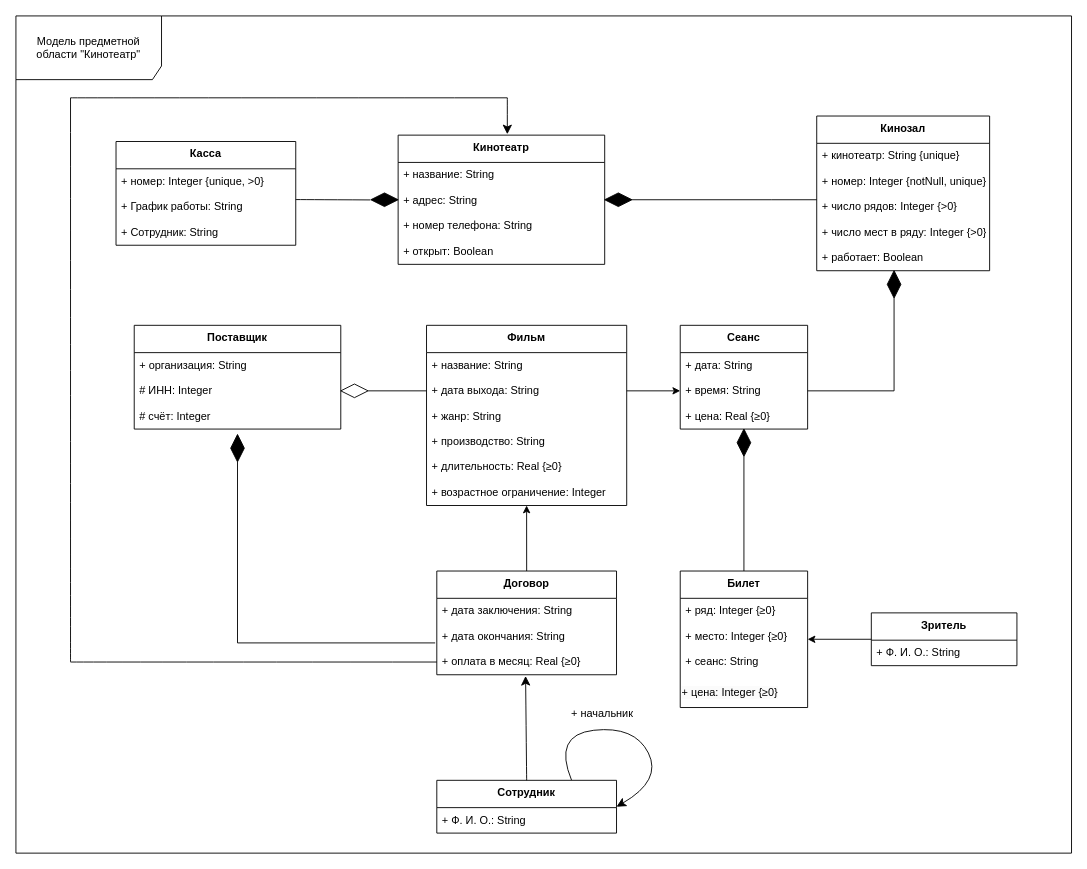
Above: page "МПО Кинотеатр" (2 of 3) of Диаграмма коммуникаций.drawio in ANDaniell/-design-practice (draw.io), before the change. Source tidied: cells renumbered, new cells numbered last; positions are measured from the earlier drawing's top-left corner, leaving out a move shared by most shapes. Both pictures are drawn from the tidied source at 91%, with x=0, y=0 at pixel (15, 15).
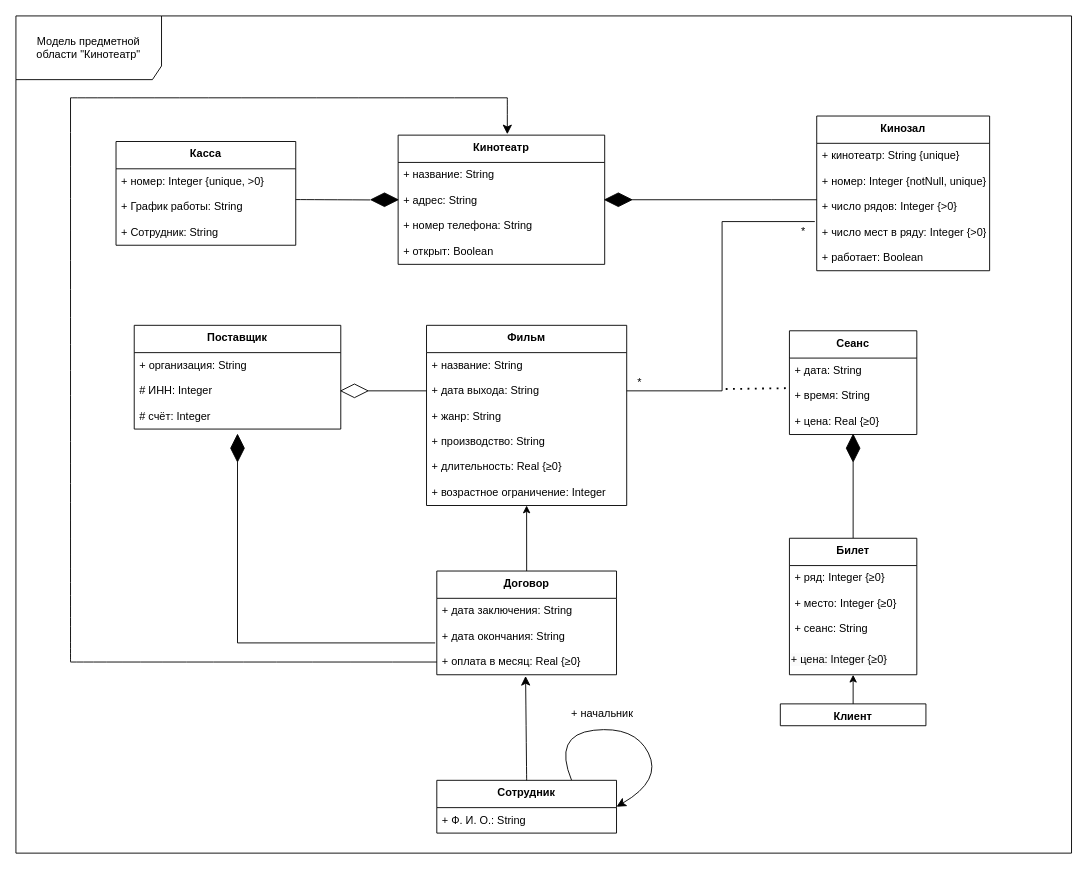
Above is the later version.

The change refers to these unchanged cells:
```xml
<mxCell id="11" value="+ число мест в ряду: Integer {&gt;0}" style="text;strokeColor=none;fillColor=none;align=left;verticalAlign=top;spacingLeft=4;spacingRight=4;overflow=hidden;points=[[0,0.5],[1,0.5]];portConstraint=eastwest;" parent="7" vertex="1">
  <mxGeometry y="114" width="190" height="28" as="geometry" />
</mxCell>
<mxCell id="15" value="+ дата выхода: String" style="text;strokeColor=none;fillColor=none;align=left;verticalAlign=top;spacingLeft=4;spacingRight=4;overflow=hidden;points=[[0,0.5],[1,0.5]];portConstraint=eastwest;" parent="13" vertex="1">
  <mxGeometry y="58" width="220" height="28" as="geometry" />
</mxCell>
<mxCell id="23" value="+ время: String" style="text;strokeColor=none;fillColor=none;align=left;verticalAlign=top;spacingLeft=4;spacingRight=4;overflow=hidden;points=[[0,0.5],[1,0.5]];portConstraint=eastwest;" parent="21" vertex="1">
  <mxGeometry y="58" width="140" height="28" as="geometry" />
</mxCell>
<mxCell id="29" value="&lt;span style=&quot;color: rgb(0, 0, 0); font-family: Helvetica; font-size: 12px; font-style: normal; font-variant-ligatures: normal; font-variant-caps: normal; font-weight: 400; letter-spacing: normal; orphans: 2; text-align: left; text-indent: 0px; text-transform: none; widows: 2; word-spacing: 0px; -webkit-text-stroke-width: 0px; white-space: nowrap; background-color: rgb(251, 251, 251); text-decoration-thickness: initial; text-decoration-style: initial; text-decoration-color: initial; display: inline !important; float: none;&quot;&gt;+ цена: Integer&amp;nbsp;{≥0}&lt;/span&gt;" style="text;whiteSpace=wrap;html=1;" parent="25" vertex="1">
  <mxGeometry y="120" width="140" height="30" as="geometry" />
</mxCell>
```

The edit, as a diff of the source:
```diff
@@
     <mxCell id="21" value="Сеанс" style="swimlane;fontStyle=1;align=center;verticalAlign=top;horizontal=1;startSize=30;" parent="1" vertex="1">
-      <mxGeometry x="730" y="340" width="140" height="114" as="geometry" />
+      <mxGeometry x="850" y="346" width="140" height="114" as="geometry" />
     </mxCell>
@@
     <mxCell id="25" value="Билет" style="swimlane;fontStyle=1;align=center;verticalAlign=top;horizontal=1;startSize=30;" parent="1" vertex="1">
-      <mxGeometry x="730" y="610" width="140" height="150" as="geometry" />
+      <mxGeometry x="850" y="574" width="140" height="150" as="geometry" />
     </mxCell>
@@
-    <mxCell id="30" value="Зритель" style="swimlane;fontStyle=1;align=center;verticalAlign=top;horizontal=1;startSize=30;" parent="1" vertex="1">
-      <mxGeometry x="940" y="656" width="160" height="58" as="geometry" />
+    <mxCell id="30" value="Клиент" style="swimlane;fontStyle=1;align=center;verticalAlign=top;horizontal=1;startSize=58;" parent="1" vertex="1">
+      <mxGeometry x="840" y="756" width="160" height="24" as="geometry" />
     </mxCell>
-    <mxCell id="31" value="+ Ф. И. О.: String" style="text;strokeColor=none;fillColor=none;align=left;verticalAlign=top;spacingLeft=4;spacingRight=4;overflow=hidden;" parent="30" vertex="1">
-      <mxGeometry y="30" width="160" height="28" as="geometry" />
-    </mxCell>
-    <mxCell id="32" style="edgeStyle=orthogonalEdgeStyle;rounded=0;jettySize=auto;html=1;exitX=1;exitY=0.5;exitDx=0;exitDy=0;entryX=1;entryY=0.5;entryDx=0;entryDy=0;endArrow=none;endFill=0;" parent="1" edge="1" source="23" target="46">
-      <mxGeometry relative="1" as="geometry" />
-    </mxCell>
-    <mxCell id="33" style="edgeStyle=orthogonalEdgeStyle;rounded=0;jettySize=auto;html=1;exitX=1;exitY=0.5;exitDx=0;exitDy=0;entryX=0;entryY=0.5;entryDx=0;entryDy=0;" parent="1" edge="1" source="15" target="23">
-      <mxGeometry relative="1" as="geometry" />
-    </mxCell>
@@
-    <mxCell id="46" style="rhombus;whiteSpace=wrap;html=1;gradientColor=none;fillStyle=auto;fillColor=#000000;direction=south;" parent="1" vertex="1">
-      <mxGeometry x="957.5" y="280" width="15" height="30" as="geometry" />
-    </mxCell>
@@
     <mxCell id="50" style="rhombus;whiteSpace=wrap;html=1;gradientColor=none;fillStyle=auto;fillColor=#000000;direction=south;" parent="1" vertex="1">
-      <mxGeometry x="792.5" y="454" width="15" height="30" as="geometry" />
+      <mxGeometry x="912.5" y="460" width="15" height="30" as="geometry" />
     </mxCell>
@@
-    <mxCell id="54" style="endArrow=classic;html=1;rounded=0;entryX=1;entryY=0.5;entryDx=0;entryDy=0;exitX=0;exitY=0.5;exitDx=0;exitDy=0;" parent="1" edge="1" source="30" target="25">
+    <mxCell id="54" style="endArrow=classic;html=1;rounded=0;entryX=0.5;entryY=1;entryDx=0;entryDy=0;exitX=0.5;exitY=0;exitDx=0;exitDy=0;" parent="1" edge="1" source="30" target="29">
       <mxGeometry relative="1" as="geometry" />
     </mxCell>
@@
+    <mxCell id="68" style="rounded=0;jettySize=auto;html=1;exitX=1;exitY=0.5;exitDx=0;exitDy=0;entryX=-0.011;entryY=0.071;entryDx=0;entryDy=0;entryPerimeter=0;edgeStyle=orthogonalEdgeStyle;strokeColor=default;endArrow=none;endFill=0;" parent="1" edge="1" source="15" target="11">
+      <mxGeometry relative="1" as="geometry">
+        <Array as="points">
+          <mxPoint x="776" y="412" />
+          <mxPoint x="776" y="226" />
+        </Array>
+      </mxGeometry>
+    </mxCell>
+    <mxCell id="69" style="endArrow=none;dashed=1;html=1;dashPattern=1 3;strokeWidth=2;rounded=0;entryX=0.014;entryY=0.179;entryDx=0;entryDy=0;entryPerimeter=0;" parent="1" edge="1" target="23">
+      <mxGeometry relative="1" as="geometry">
+        <mxPoint x="780" y="410" as="sourcePoint" />
+      </mxGeometry>
+    </mxCell>
+    <mxCell id="70" value="*" style="text;html=1;align=center;verticalAlign=middle;strokeColor=none;fillColor=none;" parent="1" vertex="1">
+      <mxGeometry x="670" y="388" width="30" height="30" as="geometry" />
+    </mxCell>
+    <mxCell id="71" value="*" style="text;html=1;align=center;verticalAlign=middle;strokeColor=none;fillColor=none;" parent="1" vertex="1">
+      <mxGeometry x="850" y="222" width="30" height="30" as="geometry" />
+    </mxCell>
```
